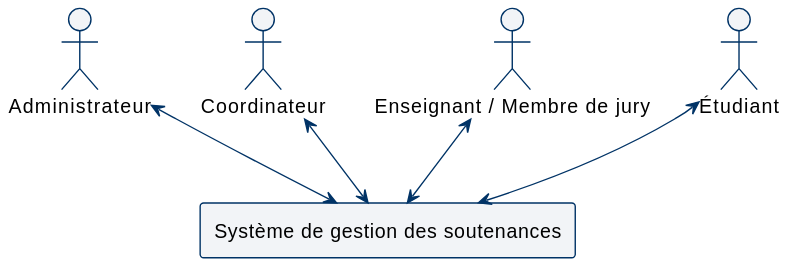
abdelaziz-ebourki/system-gestion-soutenance keeps this PlantUML diagram as docs/diagrams/svg/uc_overview.svg. Above is the earlier version. The source it was exported from:
```plantuml
@startuml
<style>
  root {
    FontColor #000000
    LineColor #003366
    LineThickness 1
  }
  actor {
    BackgroundColor #F2F4F7
  }
  usecase {
    BackgroundColor #F2F4F7
  }
  arrow {
    LineColor #003366
  }
  rectangle {
    BackgroundColor #F2F4F7
  }
</style>
skinparam shadowing false
skinparam actorStyle rectangle
skinparam packageStyle rectangle

actor "Administrateur" as Admin
actor "Coordinateur" as Coord
actor "Enseignant / Membre de jury" as Jury
actor "Étudiant" as Student

rectangle "Système de gestion des soutenances" as System {
}

Admin <--> System
Coord <--> System
Jury <--> System
Student <--> System
@enduml
```
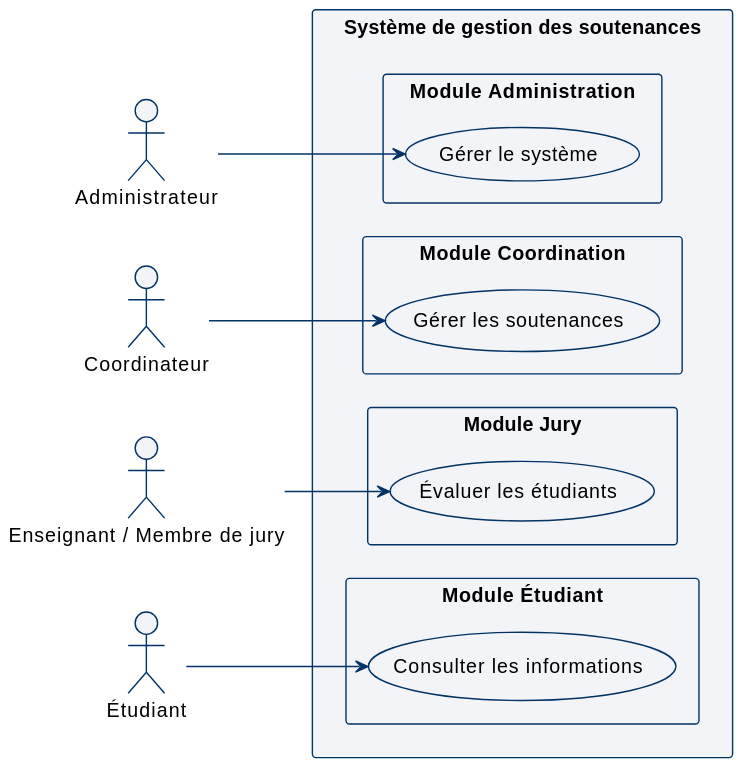
The same file after the commit.

Change to the diagram source:
```diff
@@ -21,17 +21,30 @@
 skinparam shadowing false
 skinparam actorStyle rectangle
 skinparam packageStyle rectangle
+left to right direction
 
 actor "Administrateur" as Admin
 actor "Coordinateur" as Coord
 actor "Enseignant / Membre de jury" as Jury
 actor "Étudiant" as Student
 
-rectangle "Système de gestion des soutenances" as System {
+rectangle "Système de gestion des soutenances" {
+    rectangle "Module Administration" as M1 {
+        usecase "Gérer le système" as UC_Admin
+    }
+    rectangle "Module Coordination" as M2 {
+        usecase "Gérer les soutenances" as UC_Coord
+    }
+    rectangle "Module Jury" as M3 {
+        usecase "Évaluer les étudiants" as UC_Jury
+    }
+    rectangle "Module Étudiant" as M4 {
+        usecase "Consulter les informations" as UC_Student
+    }
 }
 
-Admin <--> System
-Coord <--> System
-Jury <--> System
-Student <--> System
+Admin --> UC_Admin
+Coord --> UC_Coord
+Jury --> UC_Jury
+Student --> UC_Student
 @enduml
```
